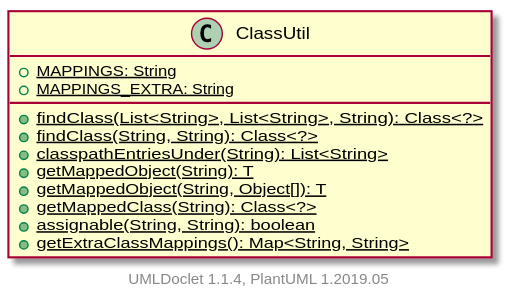
This is apidocs/2.11.0.M7-SNAPSHOT/org/apache/wiki/util/ClassUtil.svg from apache/jspwiki-site, a PlantUML export, as it was before one commit. The source it was exported from:
```plantuml
@startuml

    class ClassUtil [[ClassUtil.html]] {
        {static} +MAPPINGS: String
        {static} +MAPPINGS_EXTRA: String
        {static} +findClass(List<String>, List<String>, String): Class<?>
        {static} +findClass(String, String): Class<?>
        {static} +classpathEntriesUnder(String): List<String>
        {static} +getMappedObject(String): T
        {static} +getMappedObject(String, Object[]): T
        {static} +getMappedClass(String): Class<?>
        {static} +assignable(String, String): boolean
        {static} +getExtraClassMappings(): Map<String, String>
    }


    center footer UMLDoclet 1.1.4, PlantUML 1.2019.05
@enduml
```
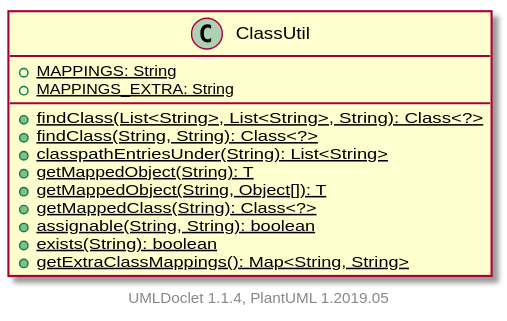
After the commit.

What changed in the source:
```diff
@@ -10,6 +10,7 @@
         {static} +getMappedObject(String, Object[]): T
         {static} +getMappedClass(String): Class<?>
         {static} +assignable(String, String): boolean
+        {static} +exists(String): boolean
         {static} +getExtraClassMappings(): Map<String, String>
     }
 
```
